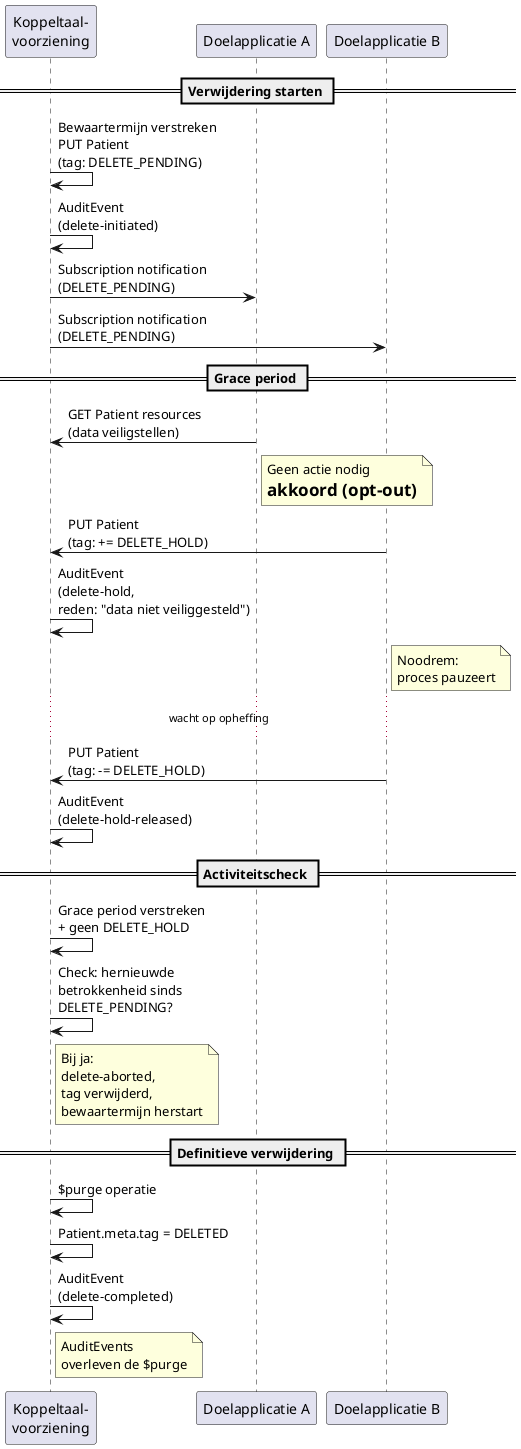
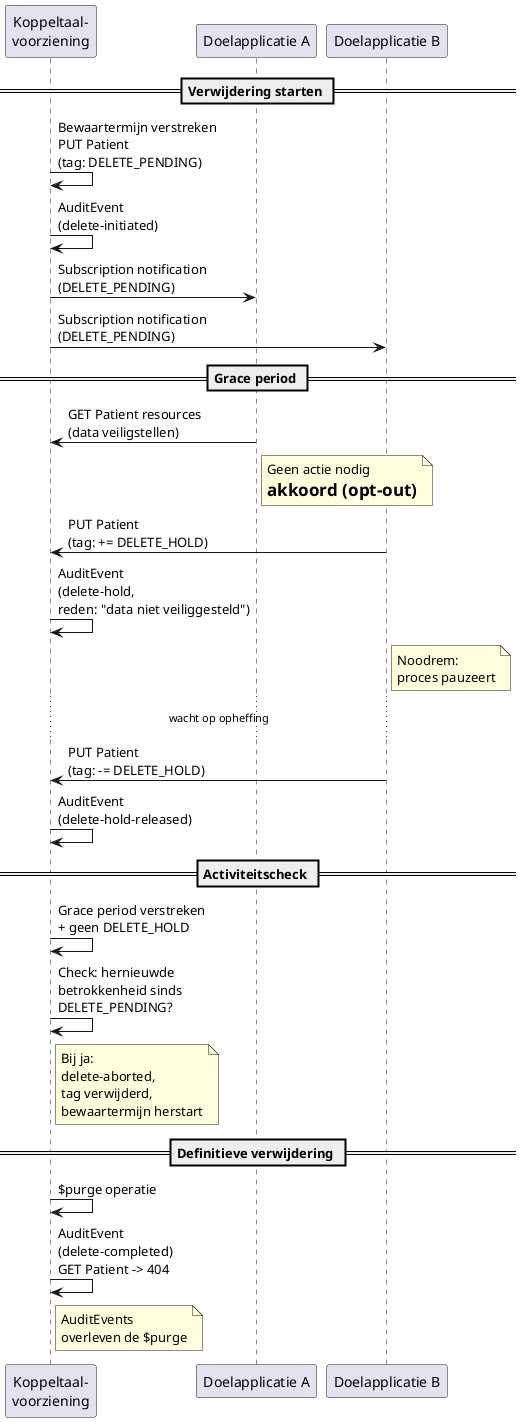
@startuml archivering-interactie

participant "Koppeltaal-\nvoorziening" as KT
participant "Doelapplicatie A" as AppA
participant "Doelapplicatie B" as AppB

== Verwijdering starten ==

KT -> KT : Bewaartermijn verstreken\nPUT Patient\n(tag: DELETE_PENDING)
KT -> KT : AuditEvent\n(delete-initiated)
KT -> AppA : Subscription notification\n(DELETE_PENDING)
KT -> AppB : Subscription notification\n(DELETE_PENDING)

== Grace period ==

AppA -> KT : GET Patient resources\n(data veiligstellen)
note right of AppA : Geen actie nodig\n= akkoord (opt-out)

AppB -> KT : PUT Patient\n(tag: += DELETE_HOLD)
KT -> KT : AuditEvent\n(delete-hold,\nreden: "data niet veiliggesteld")
note right of AppB : Noodrem:\nproces pauzeert

...wacht op opheffing...

AppB -> KT : PUT Patient\n(tag: -= DELETE_HOLD)
KT -> KT : AuditEvent\n(delete-hold-released)

== Activiteitscheck ==

KT -> KT : Grace period verstreken\n+ geen DELETE_HOLD
KT -> KT : Check: hernieuwde\nbetrokkenheid sinds\nDELETE_PENDING?
note right of KT : Bij ja:\ndelete-aborted,\ntag verwijderd,\nbewaartermijn herstart

== Definitieve verwijdering ==

KT -> KT : $purge operatie
- KT -> KT : Patient.meta.tag = DELETED
- KT -> KT : AuditEvent\n(delete-completed)
+ KT -> KT : AuditEvent\n(delete-completed)\nGET Patient -> 404
note right of KT : AuditEvents\noverleven de $purge

@enduml
